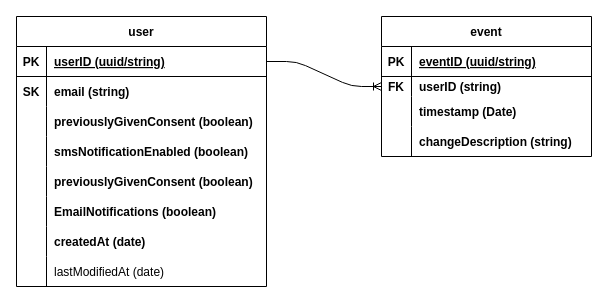
Above: diagrams/entity-relationship.drawio in davidmaceachern/consents-api (draw.io), before the change. Source tidied: cells renumbered, new cells numbered last; positions are measured from the earlier drawing's top-left corner, leaving out a move shared by most shapes. Both pictures are drawn from the tidied source at 100%, with x=0, y=0 at pixel (16, 16).
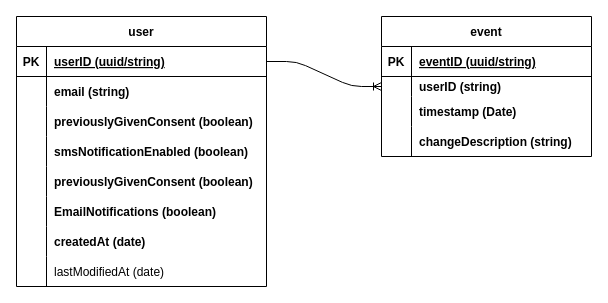
The same diagram, later.

The change refers to these unchanged cells:
```xml
<mxCell id="6" style="shape=partialRectangle;fillColor=none;top=0;left=0;bottom=0;right=0;" parent="2" vertex="1">
  <mxGeometry y="60" width="250" height="30" as="geometry" />
</mxCell>
<mxCell id="31" style="shape=partialRectangle;fillColor=none;top=0;left=0;bottom=0;right=0;points=[[0,0.5],[1,0.5]];portConstraint=eastwest;" parent="27" vertex="1">
  <mxGeometry y="60" width="210" height="20" as="geometry" />
</mxCell>
```

The edit, as a diff of the source:
```diff
@@
-    <mxCell id="7" value="SK" style="shape=partialRectangle;fillColor=none;top=0;left=0;bottom=0;right=0;overflow=hidden;fontStyle=1;" parent="6" vertex="1">
+    <mxCell id="7" style="shape=partialRectangle;fillColor=none;top=0;left=0;bottom=0;right=0;overflow=hidden;fontStyle=1;" parent="6" vertex="1">
       <mxGeometry width="30" height="30" as="geometry" />
     </mxCell>
@@
-    <mxCell id="32" value="FK" style="shape=partialRectangle;fillColor=none;top=0;left=0;bottom=0;right=0;overflow=hidden;fontStyle=1;" parent="31" vertex="1">
+    <mxCell id="32" style="shape=partialRectangle;fillColor=none;top=0;left=0;bottom=0;right=0;overflow=hidden;fontStyle=1;" parent="31" vertex="1">
       <mxGeometry width="30" height="20" as="geometry" />
     </mxCell>
```
